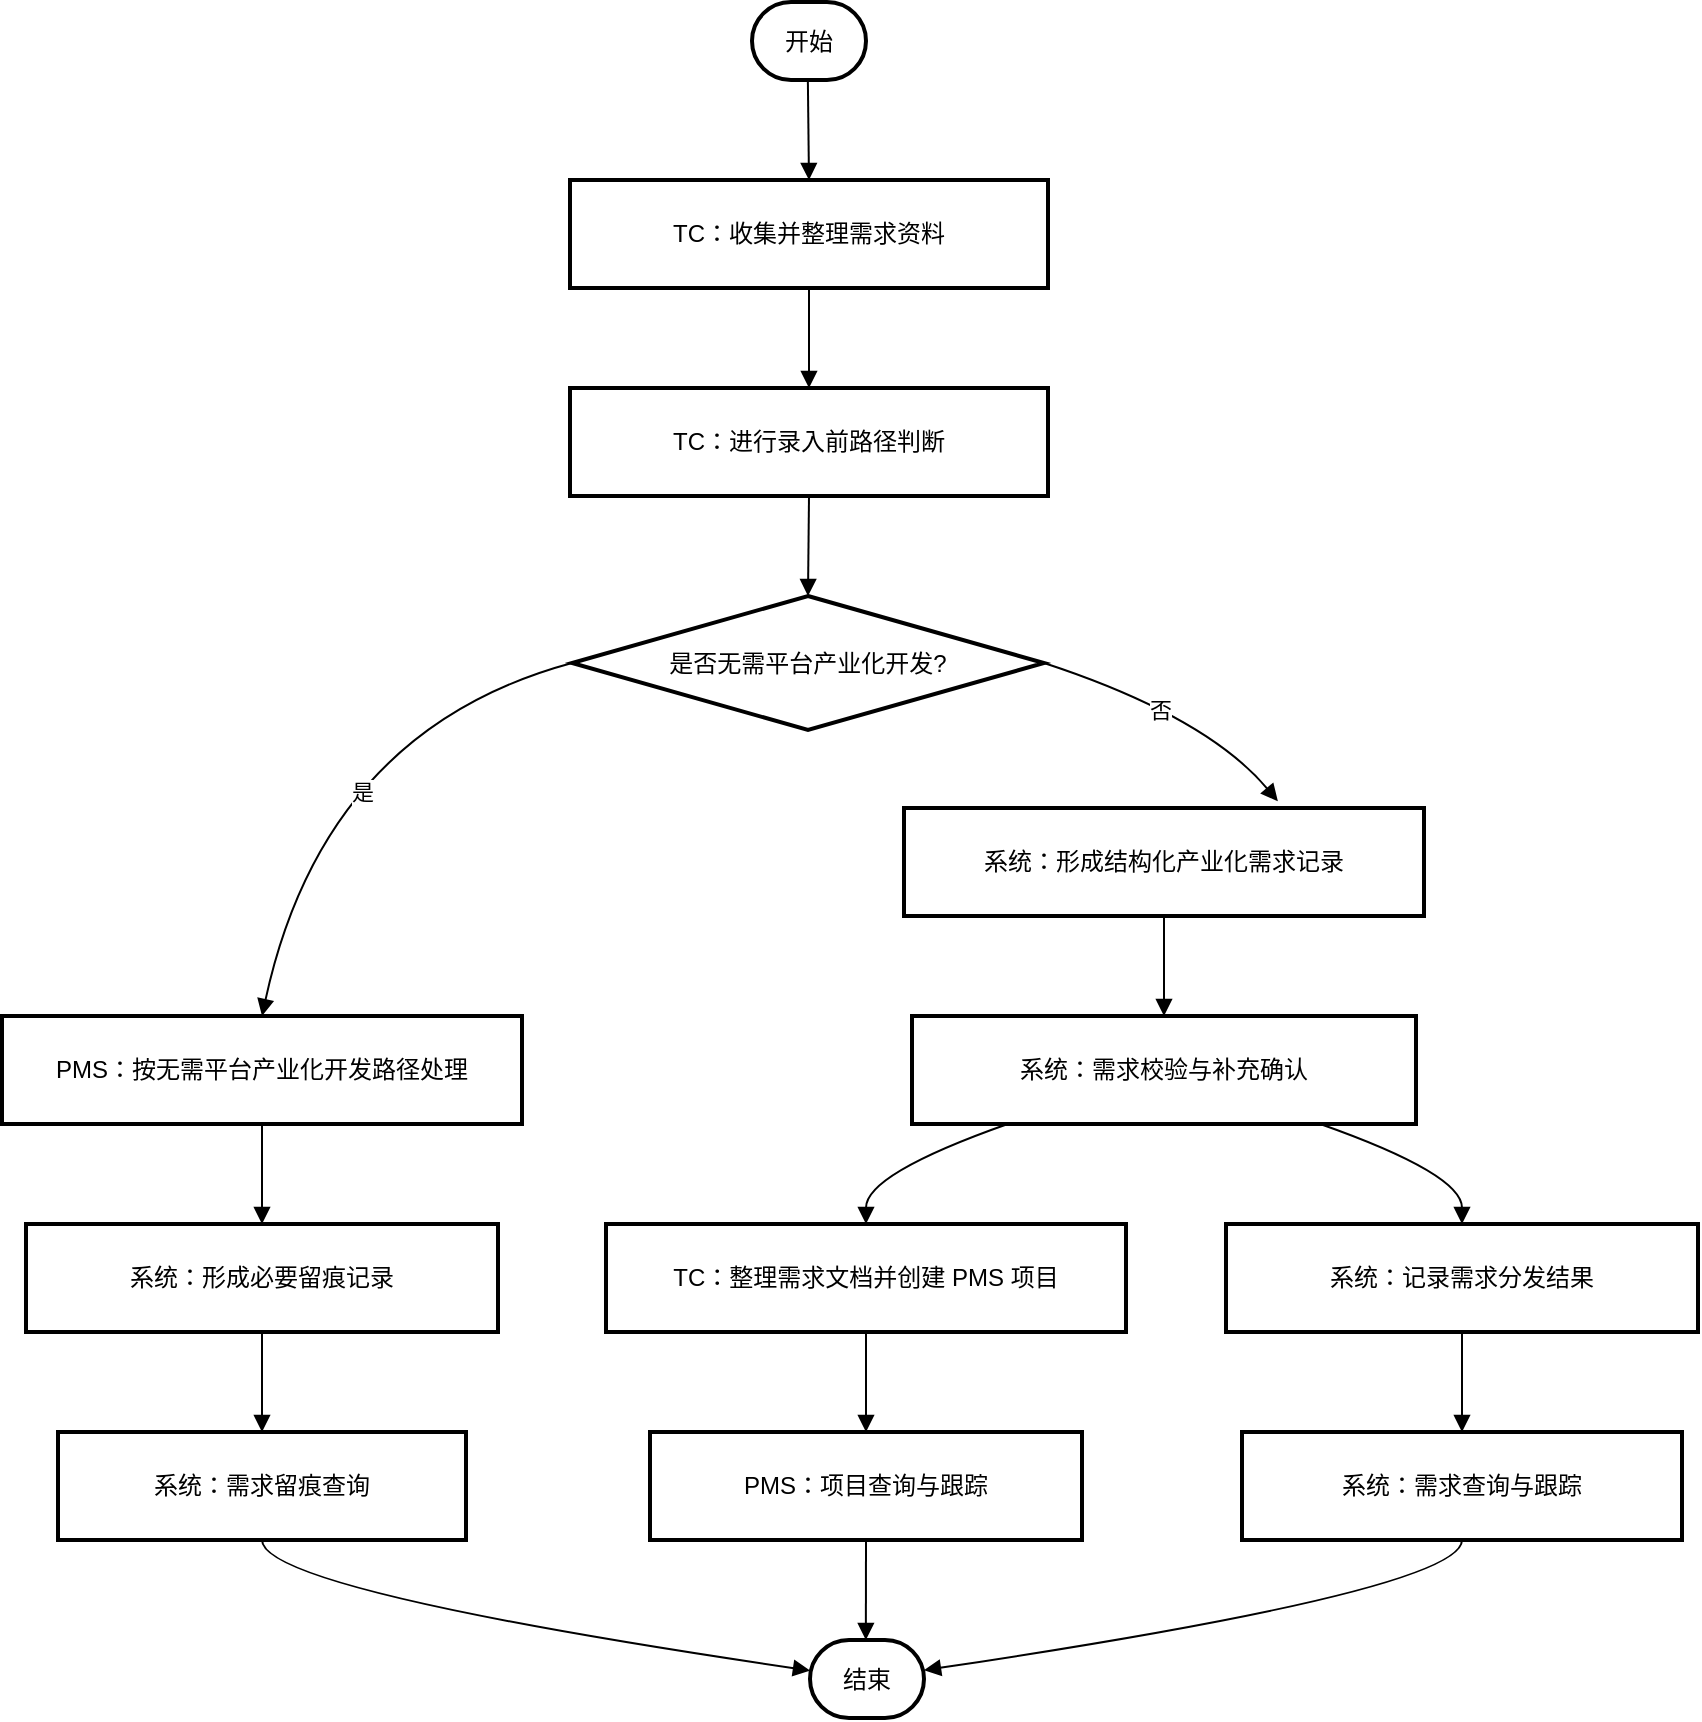
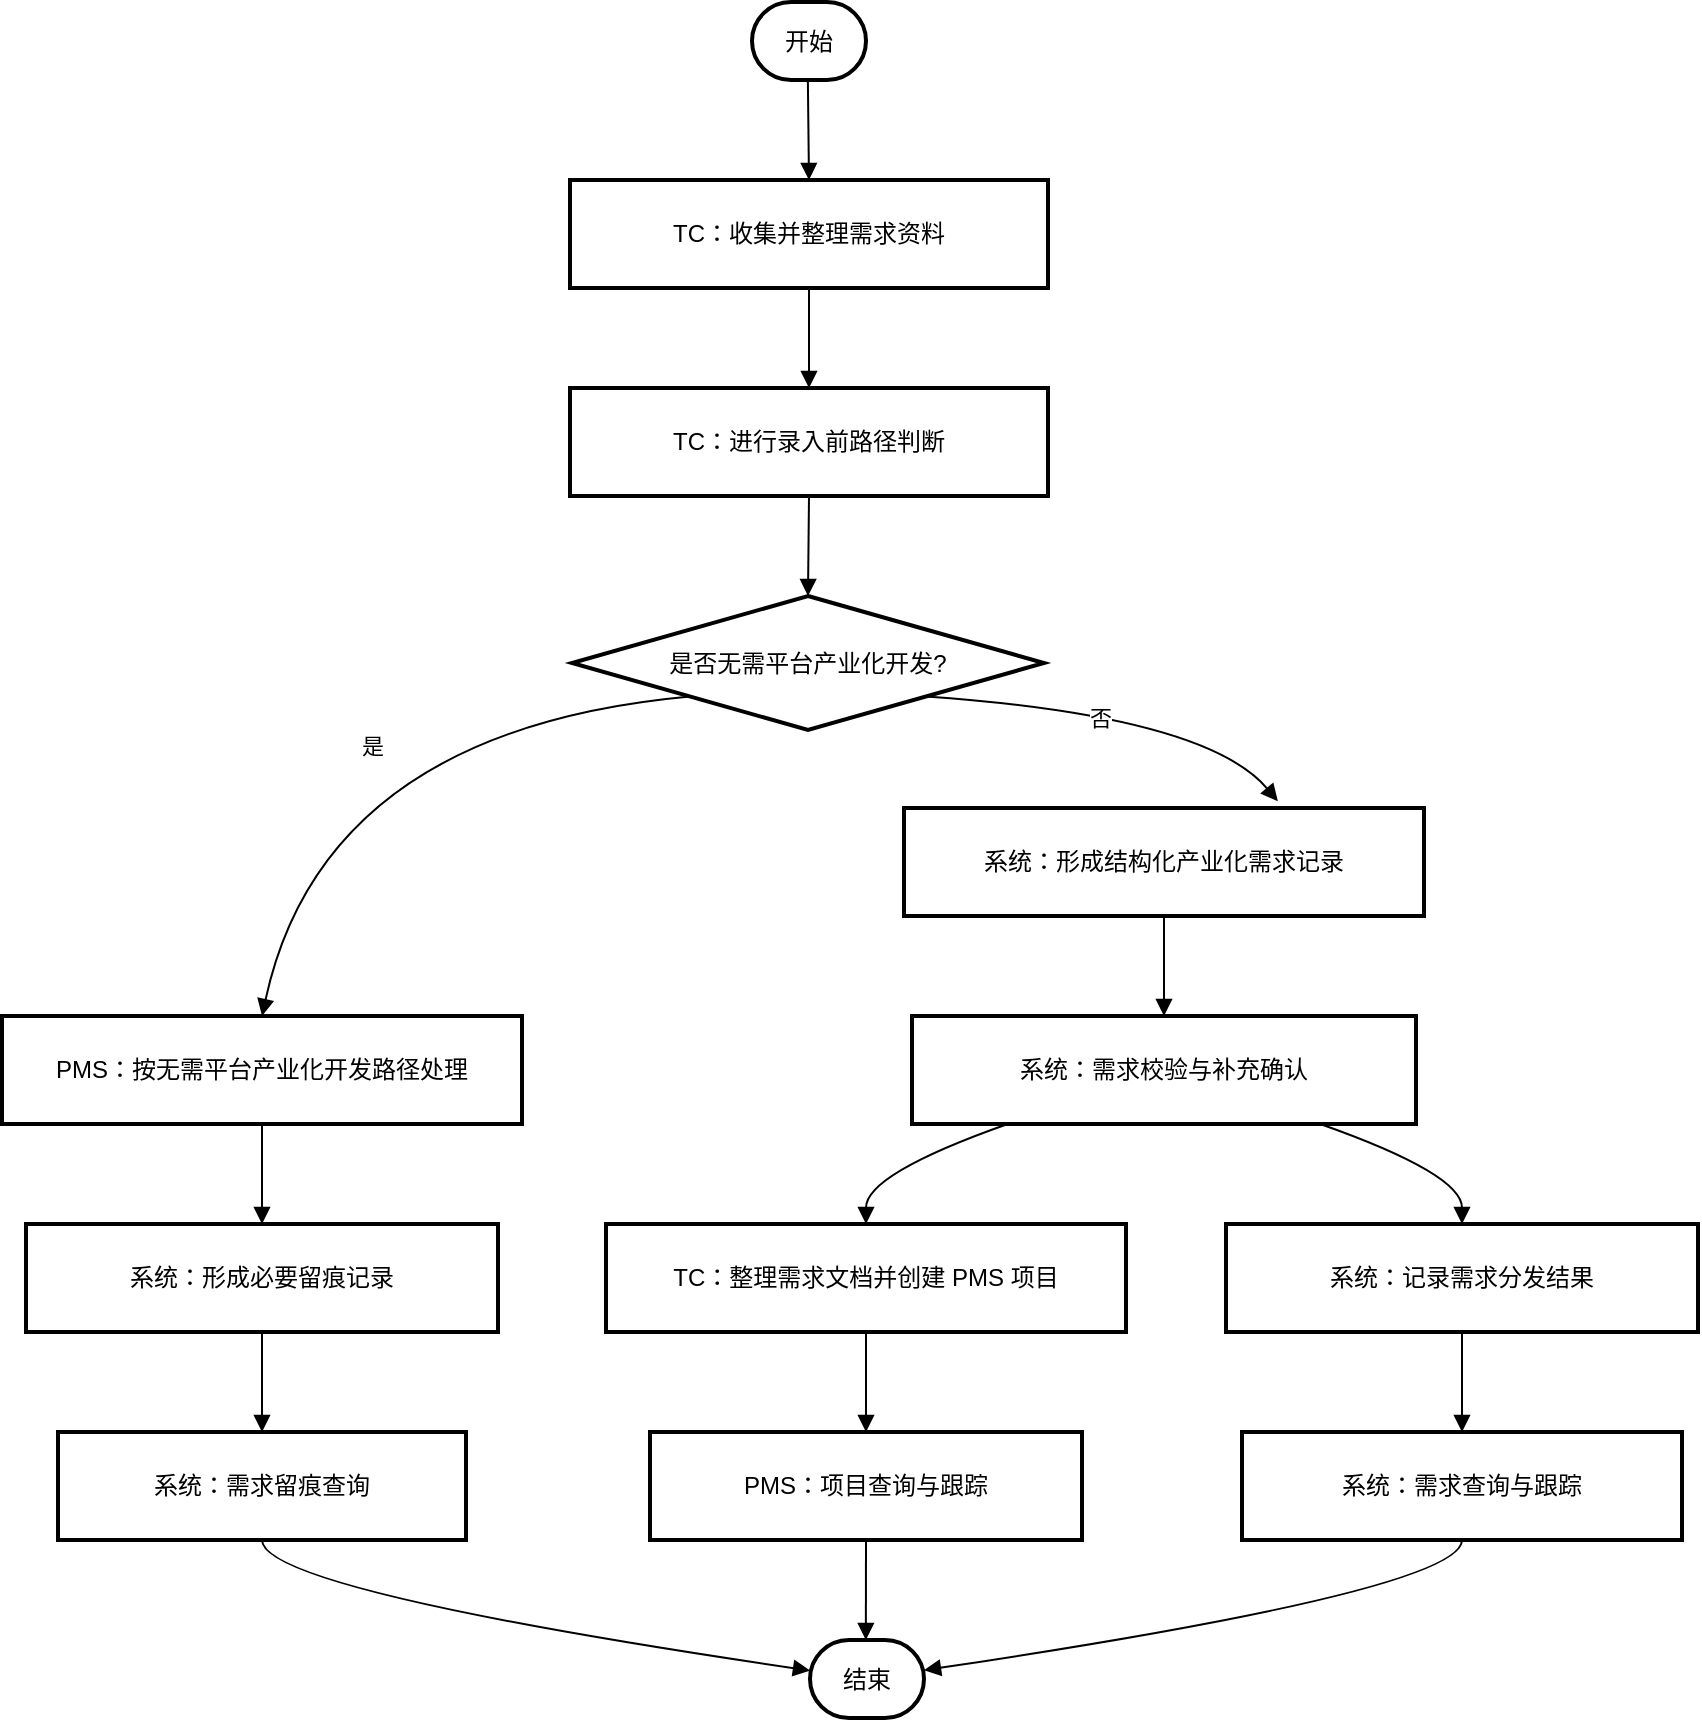
<mxfile host="app.diagrams.net">
  <diagram name="第 1 页" id="XX342gdMSMN2nlYMUpay">
-     <mxGraphModel dx="1357" dy="879" grid="0" gridSize="10" guides="1" tooltips="1" connect="1" arrows="1" fold="1" page="0" pageScale="1" pageWidth="827" pageHeight="1169" math="0" shadow="0">
+     <mxGraphModel dx="2029" dy="879" grid="0" gridSize="10" guides="1" tooltips="1" connect="1" arrows="1" fold="1" page="0" pageScale="1" pageWidth="827" pageHeight="1169" math="0" shadow="0">
      <root>
        <mxCell id="0" />
        <mxCell id="1" parent="0" />
        <mxCell id="lt1RkvhuJvMyMcCCVsIT-1" parent="1" style="rounded=1;whiteSpace=wrap;arcSize=50;strokeWidth=2;" value="开始" vertex="1">
          <mxGeometry height="39" width="57" x="420" y="20" as="geometry" />
        </mxCell>
        <mxCell id="lt1RkvhuJvMyMcCCVsIT-2" parent="1" style="whiteSpace=wrap;strokeWidth=2;" value="TC：收集并整理需求资料" vertex="1">
          <mxGeometry height="54" width="239" x="329" y="109" as="geometry" />
        </mxCell>
        <mxCell id="lt1RkvhuJvMyMcCCVsIT-3" parent="1" style="whiteSpace=wrap;strokeWidth=2;" value="TC：进行录入前路径判断" vertex="1">
          <mxGeometry height="54" width="239" x="329" y="213" as="geometry" />
        </mxCell>
        <mxCell id="lt1RkvhuJvMyMcCCVsIT-4" parent="1" style="rhombus;strokeWidth=2;whiteSpace=wrap;" value="是否无需平台产业化开发?" vertex="1">
          <mxGeometry height="67" width="236" x="330" y="317" as="geometry" />
        </mxCell>
        <mxCell id="lt1RkvhuJvMyMcCCVsIT-5" parent="1" style="whiteSpace=wrap;strokeWidth=2;" value="PMS：按无需平台产业化开发路径处理" vertex="1">
          <mxGeometry height="54" width="260" x="45" y="527" as="geometry" />
        </mxCell>
        <mxCell id="lt1RkvhuJvMyMcCCVsIT-6" parent="1" style="whiteSpace=wrap;strokeWidth=2;" value="系统：形成必要留痕记录" vertex="1">
          <mxGeometry height="54" width="236" x="57" y="631" as="geometry" />
        </mxCell>
        <mxCell id="lt1RkvhuJvMyMcCCVsIT-7" parent="1" style="whiteSpace=wrap;strokeWidth=2;" value="系统：形成结构化产业化需求记录" vertex="1">
          <mxGeometry height="54" width="260" x="496" y="423" as="geometry" />
        </mxCell>
        <mxCell id="lt1RkvhuJvMyMcCCVsIT-8" parent="1" style="whiteSpace=wrap;strokeWidth=2;" value="系统：需求校验与补充确认" vertex="1">
          <mxGeometry height="54" width="252" x="500" y="527" as="geometry" />
        </mxCell>
        <mxCell id="lt1RkvhuJvMyMcCCVsIT-9" parent="1" style="whiteSpace=wrap;strokeWidth=2;" value="TC：整理需求文档并创建 PMS 项目" vertex="1">
          <mxGeometry height="54" width="260" x="347" y="631" as="geometry" />
        </mxCell>
        <mxCell id="lt1RkvhuJvMyMcCCVsIT-10" parent="1" style="whiteSpace=wrap;strokeWidth=2;" value="系统：记录需求分发结果" vertex="1">
          <mxGeometry height="54" width="236" x="657" y="631" as="geometry" />
        </mxCell>
        <mxCell id="lt1RkvhuJvMyMcCCVsIT-11" parent="1" style="whiteSpace=wrap;strokeWidth=2;" value="系统：需求留痕查询" vertex="1">
          <mxGeometry height="54" width="204" x="73" y="735" as="geometry" />
        </mxCell>
        <mxCell id="lt1RkvhuJvMyMcCCVsIT-12" parent="1" style="whiteSpace=wrap;strokeWidth=2;" value="PMS：项目查询与跟踪" vertex="1">
          <mxGeometry height="54" width="216" x="369" y="735" as="geometry" />
        </mxCell>
        <mxCell id="lt1RkvhuJvMyMcCCVsIT-13" parent="1" style="whiteSpace=wrap;strokeWidth=2;" value="系统：需求查询与跟踪" vertex="1">
          <mxGeometry height="54" width="220" x="665" y="735" as="geometry" />
        </mxCell>
        <mxCell id="lt1RkvhuJvMyMcCCVsIT-14" parent="1" style="rounded=1;whiteSpace=wrap;arcSize=50;strokeWidth=2;" value="结束" vertex="1">
          <mxGeometry height="39" width="57" x="449" y="839" as="geometry" />
        </mxCell>
        <mxCell id="lt1RkvhuJvMyMcCCVsIT-15" edge="1" parent="1" source="lt1RkvhuJvMyMcCCVsIT-1" style="curved=1;startArrow=none;endArrow=block;exitX=0.49;exitY=1;entryX=0.5;entryY=0;rounded=0;" target="lt1RkvhuJvMyMcCCVsIT-2" value="">
          <mxGeometry relative="1" as="geometry">
            <Array as="points" />
          </mxGeometry>
        </mxCell>
        <mxCell id="lt1RkvhuJvMyMcCCVsIT-16" edge="1" parent="1" source="lt1RkvhuJvMyMcCCVsIT-2" style="curved=1;startArrow=none;endArrow=block;exitX=0.5;exitY=1;entryX=0.5;entryY=0;rounded=0;" target="lt1RkvhuJvMyMcCCVsIT-3" value="">
          <mxGeometry relative="1" as="geometry">
            <Array as="points" />
          </mxGeometry>
        </mxCell>
        <mxCell id="lt1RkvhuJvMyMcCCVsIT-17" edge="1" parent="1" source="lt1RkvhuJvMyMcCCVsIT-3" style="curved=1;startArrow=none;endArrow=block;exitX=0.5;exitY=1;entryX=0.5;entryY=0;rounded=0;" target="lt1RkvhuJvMyMcCCVsIT-4" value="">
          <mxGeometry relative="1" as="geometry">
            <Array as="points" />
          </mxGeometry>
        </mxCell>
        <mxCell id="lt1RkvhuJvMyMcCCVsIT-19" edge="1" parent="1" source="lt1RkvhuJvMyMcCCVsIT-5" style="curved=1;startArrow=none;endArrow=block;exitX=0.5;exitY=1;entryX=0.5;entryY=0;rounded=0;" target="lt1RkvhuJvMyMcCCVsIT-6" value="">
          <mxGeometry relative="1" as="geometry">
            <Array as="points" />
          </mxGeometry>
        </mxCell>
        <mxCell id="lt1RkvhuJvMyMcCCVsIT-21" edge="1" parent="1" source="lt1RkvhuJvMyMcCCVsIT-7" style="curved=1;startArrow=none;endArrow=block;exitX=0.5;exitY=1;entryX=0.5;entryY=0;rounded=0;" target="lt1RkvhuJvMyMcCCVsIT-8" value="">
          <mxGeometry relative="1" as="geometry">
            <Array as="points" />
          </mxGeometry>
        </mxCell>
        <mxCell id="lt1RkvhuJvMyMcCCVsIT-22" edge="1" parent="1" source="lt1RkvhuJvMyMcCCVsIT-8" style="curved=1;startArrow=none;endArrow=block;exitX=0.19;exitY=1;entryX=0.5;entryY=0;rounded=0;" target="lt1RkvhuJvMyMcCCVsIT-9" value="">
          <mxGeometry relative="1" as="geometry">
            <Array as="points">
              <mxPoint x="477" y="606" />
            </Array>
          </mxGeometry>
        </mxCell>
        <mxCell id="lt1RkvhuJvMyMcCCVsIT-23" edge="1" parent="1" source="lt1RkvhuJvMyMcCCVsIT-8" style="curved=1;startArrow=none;endArrow=block;exitX=0.81;exitY=1;entryX=0.5;entryY=0;rounded=0;" target="lt1RkvhuJvMyMcCCVsIT-10" value="">
          <mxGeometry relative="1" as="geometry">
            <Array as="points">
              <mxPoint x="775" y="606" />
            </Array>
          </mxGeometry>
        </mxCell>
        <mxCell id="lt1RkvhuJvMyMcCCVsIT-24" edge="1" parent="1" source="lt1RkvhuJvMyMcCCVsIT-6" style="curved=1;startArrow=none;endArrow=block;exitX=0.5;exitY=1;entryX=0.5;entryY=0;rounded=0;" target="lt1RkvhuJvMyMcCCVsIT-11" value="">
          <mxGeometry relative="1" as="geometry">
            <Array as="points" />
          </mxGeometry>
        </mxCell>
        <mxCell id="lt1RkvhuJvMyMcCCVsIT-25" edge="1" parent="1" source="lt1RkvhuJvMyMcCCVsIT-9" style="curved=1;startArrow=none;endArrow=block;exitX=0.5;exitY=1;entryX=0.5;entryY=0;rounded=0;" target="lt1RkvhuJvMyMcCCVsIT-12" value="">
          <mxGeometry relative="1" as="geometry">
            <Array as="points" />
          </mxGeometry>
        </mxCell>
        <mxCell id="lt1RkvhuJvMyMcCCVsIT-26" edge="1" parent="1" source="lt1RkvhuJvMyMcCCVsIT-10" style="curved=1;startArrow=none;endArrow=block;exitX=0.5;exitY=1;entryX=0.5;entryY=0;rounded=0;" target="lt1RkvhuJvMyMcCCVsIT-13" value="">
          <mxGeometry relative="1" as="geometry">
            <Array as="points" />
          </mxGeometry>
        </mxCell>
        <mxCell id="lt1RkvhuJvMyMcCCVsIT-27" edge="1" parent="1" source="lt1RkvhuJvMyMcCCVsIT-11" style="curved=1;startArrow=none;endArrow=block;exitX=0.5;exitY=1;entryX=-0.01;entryY=0.39;rounded=0;" target="lt1RkvhuJvMyMcCCVsIT-14" value="">
          <mxGeometry relative="1" as="geometry">
            <Array as="points">
              <mxPoint x="175" y="814" />
            </Array>
          </mxGeometry>
        </mxCell>
        <mxCell id="lt1RkvhuJvMyMcCCVsIT-28" edge="1" parent="1" source="lt1RkvhuJvMyMcCCVsIT-12" style="curved=1;startArrow=none;endArrow=block;exitX=0.5;exitY=1;entryX=0.49;entryY=0;rounded=0;" target="lt1RkvhuJvMyMcCCVsIT-14" value="">
          <mxGeometry relative="1" as="geometry">
            <Array as="points" />
          </mxGeometry>
        </mxCell>
        <mxCell id="lt1RkvhuJvMyMcCCVsIT-29" edge="1" parent="1" source="lt1RkvhuJvMyMcCCVsIT-13" style="curved=1;startArrow=none;endArrow=block;exitX=0.5;exitY=1;entryX=0.99;entryY=0.39;rounded=0;" target="lt1RkvhuJvMyMcCCVsIT-14" value="">
          <mxGeometry relative="1" as="geometry">
            <Array as="points">
              <mxPoint x="775" y="814" />
            </Array>
          </mxGeometry>
        </mxCell>
-         <mxCell id="lt1RkvhuJvMyMcCCVsIT-30" edge="1" parent="1" source="lt1RkvhuJvMyMcCCVsIT-4" style="curved=1;startArrow=none;endArrow=block;exitX=0;exitY=0.5;entryX=0.5;entryY=0;rounded=0;exitDx=0;exitDy=0;entryDx=0;entryDy=0;" target="lt1RkvhuJvMyMcCCVsIT-5" value="">
+         <mxCell id="lt1RkvhuJvMyMcCCVsIT-30" edge="1" parent="1" source="lt1RkvhuJvMyMcCCVsIT-4" style="curved=1;startArrow=none;endArrow=block;exitX=0;exitY=1;entryX=0.5;entryY=0;rounded=0;exitDx=0;exitDy=0;entryDx=0;entryDy=0;" target="lt1RkvhuJvMyMcCCVsIT-5" value="">
          <mxGeometry relative="1" as="geometry">
            <Array as="points">
              <mxPoint x="206" y="384" />
            </Array>
            <mxPoint x="277" y="359" as="sourcePoint" />
            <mxPoint x="206" y="409" as="targetPoint" />
          </mxGeometry>
        </mxCell>
        <mxCell id="bSOlVnwhHCATYE-H4n2X-2" connectable="0" parent="lt1RkvhuJvMyMcCCVsIT-30" style="edgeLabel;html=1;align=center;verticalAlign=middle;resizable=0;points=[];" value="是" vertex="1">
          <mxGeometry relative="1" x="0.1261" y="25" as="geometry">
            <mxPoint as="offset" />
          </mxGeometry>
        </mxCell>
-         <mxCell id="lt1RkvhuJvMyMcCCVsIT-32" edge="1" parent="1" source="lt1RkvhuJvMyMcCCVsIT-4" style="curved=1;startArrow=none;endArrow=block;exitX=1;exitY=0.5;entryX=0.719;entryY=-0.063;rounded=0;exitDx=0;exitDy=0;entryDx=0;entryDy=0;entryPerimeter=0;" target="lt1RkvhuJvMyMcCCVsIT-7" value="">
+         <mxCell id="lt1RkvhuJvMyMcCCVsIT-32" edge="1" parent="1" source="lt1RkvhuJvMyMcCCVsIT-4" style="curved=1;startArrow=none;endArrow=block;exitX=1;exitY=1;entryX=0.719;entryY=-0.063;rounded=0;exitDx=0;exitDy=0;entryDx=0;entryDy=0;entryPerimeter=0;" target="lt1RkvhuJvMyMcCCVsIT-7" value="">
          <mxGeometry relative="1" as="geometry">
            <Array as="points">
              <mxPoint x="647" y="377" />
            </Array>
            <mxPoint x="576" y="352" as="sourcePoint" />
            <mxPoint x="647" y="402" as="targetPoint" />
          </mxGeometry>
        </mxCell>
        <mxCell id="bSOlVnwhHCATYE-H4n2X-3" connectable="0" parent="lt1RkvhuJvMyMcCCVsIT-32" style="edgeLabel;html=1;align=center;verticalAlign=middle;resizable=0;points=[];" value="否" vertex="1">
          <mxGeometry relative="1" x="-0.11" y="-4" as="geometry">
            <mxPoint as="offset" />
          </mxGeometry>
        </mxCell>
      </root>
    </mxGraphModel>
  </diagram>
</mxfile>
